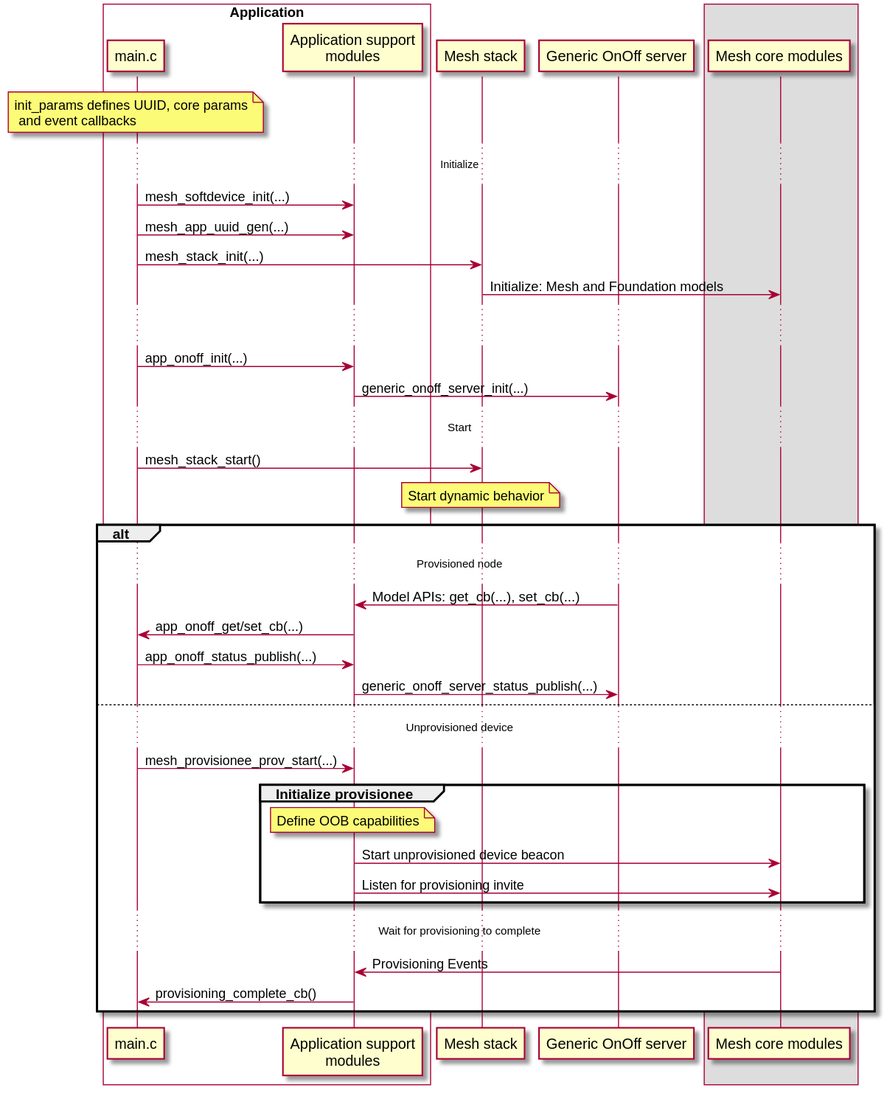
isundaylee/nRF5 keeps this PlantUML diagram as mesh_sdk/doc/getting_started/img/light_switch_server_interface.svg. Above is the earlier version.
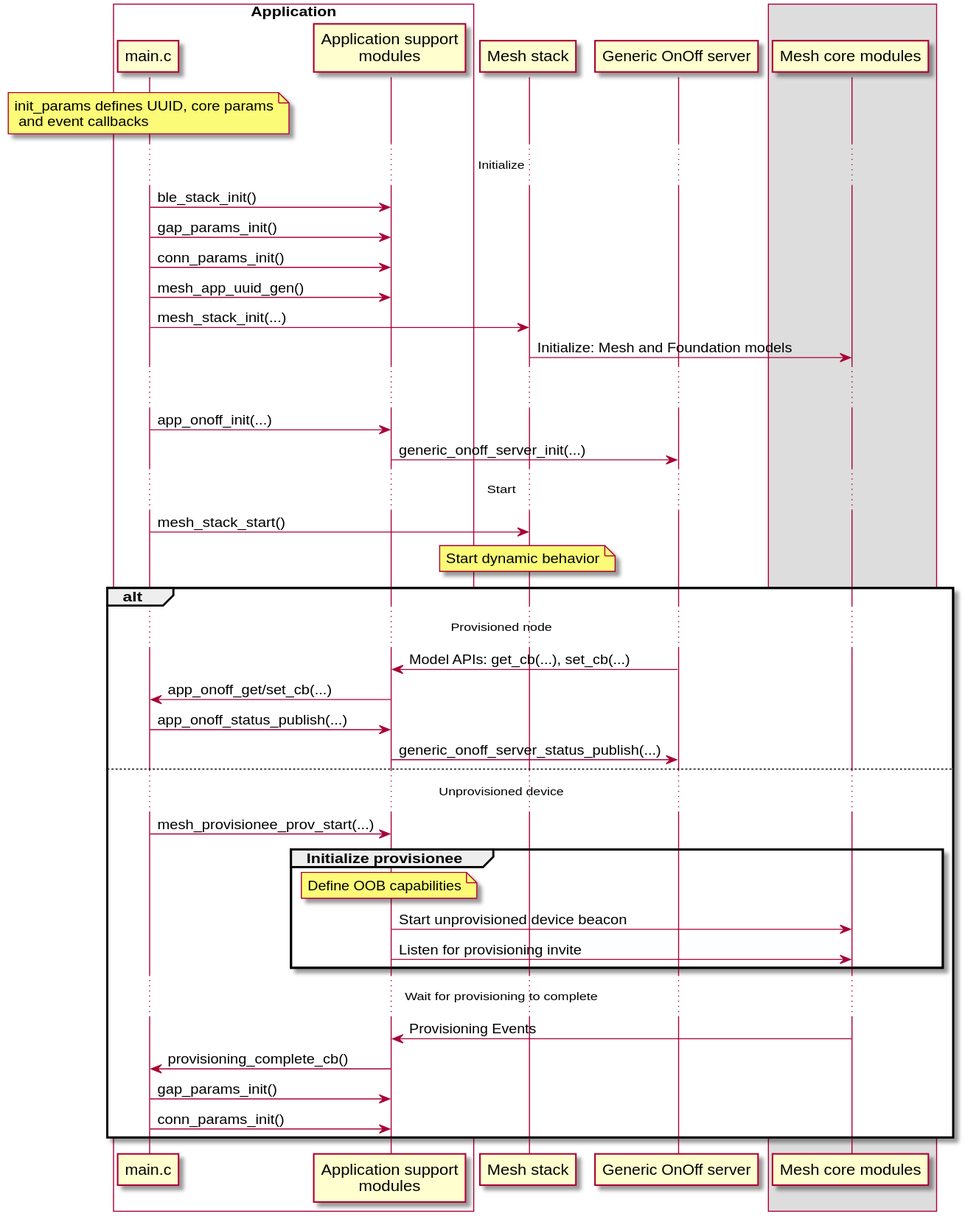
Above is the later version.

Change to the diagram source:
```diff
@@ -12,8 +12,10 @@
 
 note over a: init_params defines UUID, core params\n and event callbacks
 ... Initialize ...
-a -> ah: mesh_softdevice_init(...)
-a -> ah: mesh_app_uuid_gen(...)
+a -> ah: ble_stack_init()
+a -> ah: gap_params_init()
+a -> ah: conn_params_init()
+a -> ah: mesh_app_uuid_gen()
 a -> c: mesh_stack_init(...)
 c -> core: Initialize: Mesh and Foundation models
 ... ...
@@ -42,6 +44,8 @@
     ... Wait for provisioning to complete ...
     core -> ah: Provisioning Events
     ah -> a: provisioning_complete_cb()
+    a -> ah: gap_params_init()
+    a -> ah: conn_params_init()
 end
 
 @enduml
```
